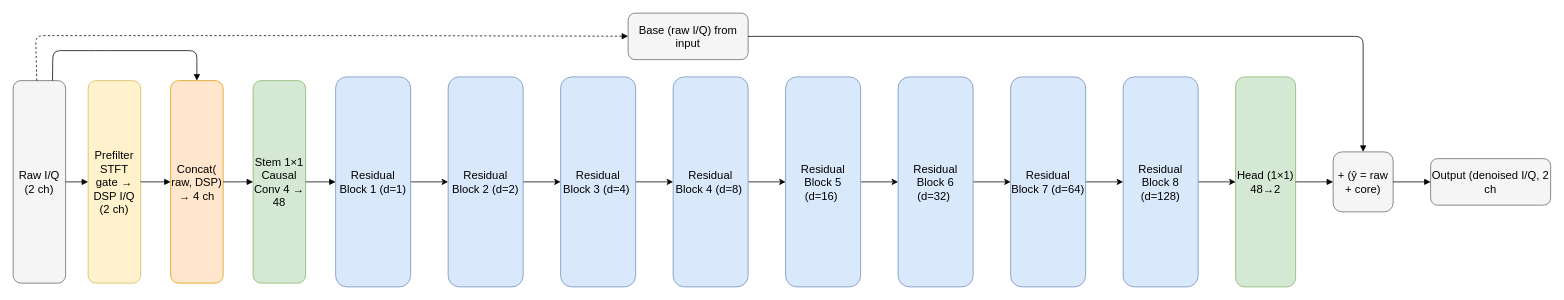
Above: figures/tcn_architecture.drawio in Niclasapdk/es7_project (draw.io), before the change. Source tidied: cells renumbered, new cells numbered last; positions are measured from the earlier drawing's top-left corner, leaving out a move shared by most shapes. Both pictures are drawn from the tidied source at 75%, with x=0, y=0 at pixel (13, 13).
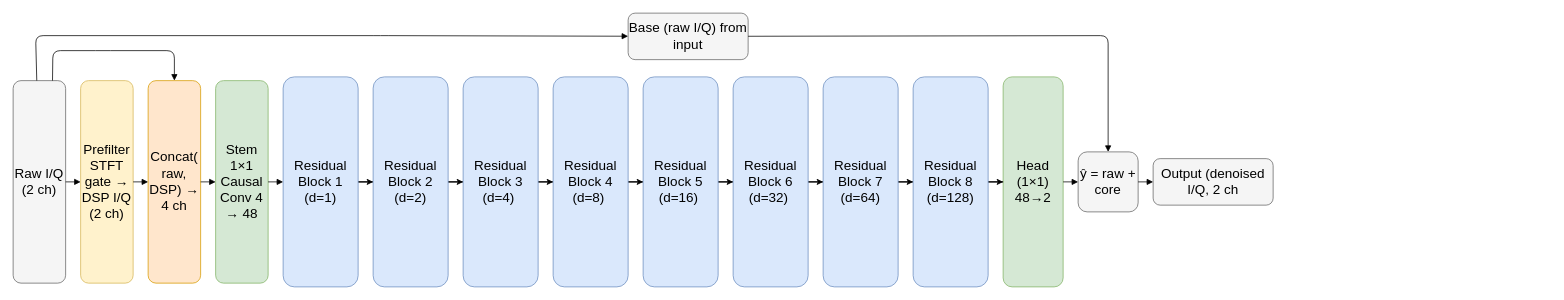
The same page after the edit.

Diff of the diagram source:
```diff
@@
-    <mxCell id="2" value="&lt;font style=&quot;font-size: 15px;&quot;&gt;Raw I/Q (2 ch)&lt;/font&gt;" style="rounded=1;whiteSpace=wrap;html=1;strokeWidth=1;fillColor=#f5f5f5;strokeColor=#666666;" parent="1" vertex="1">
+    <mxCell id="2" value="&lt;font style=&quot;font-size: 18px;&quot;&gt;Raw I/Q (2 ch)&lt;/font&gt;" style="rounded=1;whiteSpace=wrap;html=1;strokeWidth=1;fillColor=#f5f5f5;strokeColor=#666666;" parent="1" vertex="1">
       <mxGeometry y="90" width="70" height="270" as="geometry" />
     </mxCell>
-    <mxCell id="3" value="&lt;font style=&quot;font-size: 15px;&quot;&gt;Prefilter STFT gate → DSP I/Q (2 ch)&lt;/font&gt;" style="rounded=1;whiteSpace=wrap;html=1;strokeWidth=1;fillColor=#fff2cc;strokeColor=#d6b656;" parent="1" vertex="1">
-      <mxGeometry x="100" y="90" width="70" height="270" as="geometry" />
+    <mxCell id="3" value="&lt;font style=&quot;font-size: 18px;&quot;&gt;Prefilter STFT gate → DSP I/Q (2 ch)&lt;/font&gt;" style="rounded=1;whiteSpace=wrap;html=1;strokeWidth=1;fillColor=#fff2cc;strokeColor=#d6b656;" parent="1" vertex="1">
+      <mxGeometry x="90" y="90" width="70" height="270" as="geometry" />
     </mxCell>
-    <mxCell id="4" value="&lt;font style=&quot;font-size: 15px;&quot;&gt;Concat( raw, DSP) → 4 ch&lt;/font&gt;" style="rounded=1;whiteSpace=wrap;html=1;strokeWidth=1;fillColor=#ffe6cc;strokeColor=#d79b00;" parent="1" vertex="1">
-      <mxGeometry x="210" y="90" width="70" height="270" as="geometry" />
+    <mxCell id="4" value="&lt;font style=&quot;font-size: 18px;&quot;&gt;Concat( raw, DSP) → 4 ch&lt;/font&gt;" style="rounded=1;whiteSpace=wrap;html=1;strokeWidth=1;fillColor=#ffe6cc;strokeColor=#d79b00;" parent="1" vertex="1">
+      <mxGeometry x="180" y="90" width="70" height="270" as="geometry" />
     </mxCell>
@@
     <mxCell id="7" style="endArrow=block;endFill=1;exitX=0.75;exitY=0;exitDx=0;exitDy=0;entryX=0.5;entryY=0;entryDx=0;entryDy=0;" parent="1" edge="1" source="2" target="4">
       <mxGeometry relative="1" as="geometry">
         <Array as="points">
           <mxPoint x="53" y="50" />
           <mxPoint x="120" y="50" />
-          <mxPoint x="245" y="50" />
+          <mxPoint x="215" y="50" />
         </Array>
       </mxGeometry>
     </mxCell>
-    <mxCell id="8" value="&lt;font style=&quot;font-size: 15px;&quot;&gt;Stem 1×1 Causal Conv 4 → 48&lt;/font&gt;" style="rounded=1;whiteSpace=wrap;html=1;strokeWidth=1;fillColor=#d5e8d4;strokeColor=#82b366;" parent="1" vertex="1">
-      <mxGeometry x="320" y="90" width="70" height="270" as="geometry" />
+    <mxCell id="8" value="&lt;font style=&quot;font-size: 18px;&quot;&gt;Stem 1×1 Causal Conv 4 → 48&lt;/font&gt;" style="rounded=1;whiteSpace=wrap;html=1;strokeWidth=1;fillColor=#d5e8d4;strokeColor=#82b366;" parent="1" vertex="1">
+      <mxGeometry x="270" y="90" width="70" height="270" as="geometry" />
     </mxCell>
@@
-    <mxCell id="11" value="&lt;font style=&quot;font-size: 15px;&quot;&gt;Residual Block 1 (d=1)&lt;/font&gt;" style="rounded=1;whiteSpace=wrap;html=1;strokeWidth=1;fillColor=#dae8fc;strokeColor=#6c8ebf;" parent="1" vertex="1">
-      <mxGeometry x="430" y="85" width="100" height="280" as="geometry" />
+    <mxCell id="11" value="&lt;font style=&quot;font-size: 18px;&quot;&gt;Residual Block 1 (d=1)&lt;/font&gt;" style="rounded=1;whiteSpace=wrap;html=1;strokeWidth=1;fillColor=#dae8fc;strokeColor=#6c8ebf;" parent="1" vertex="1">
+      <mxGeometry x="360" y="85" width="100" height="280" as="geometry" />
     </mxCell>
@@
-    <mxCell id="13" value="&lt;font style=&quot;font-size: 15px;&quot;&gt;Head (1×1) 48→2&lt;/font&gt;" style="rounded=1;whiteSpace=wrap;html=1;strokeWidth=1;fillColor=#d5e8d4;strokeColor=#82b366;" parent="1" vertex="1">
-      <mxGeometry x="1630" y="85" width="80" height="280" as="geometry" />
+    <mxCell id="13" value="&lt;font style=&quot;font-size: 18px;&quot;&gt;Head (1×1) 48→2&lt;/font&gt;" style="rounded=1;whiteSpace=wrap;html=1;strokeWidth=1;fillColor=#d5e8d4;strokeColor=#82b366;" parent="1" vertex="1">
+      <mxGeometry x="1320" y="85" width="80" height="280" as="geometry" />
     </mxCell>
-    <mxCell id="14" value="&lt;font style=&quot;font-size: 15px;&quot;&gt;Base (raw I/Q) from input&lt;/font&gt;" style="rounded=1;whiteSpace=wrap;html=1;strokeWidth=1;fillColor=#f5f5f5;strokeColor=#666666;" parent="1" vertex="1">
+    <mxCell id="14" value="&lt;font style=&quot;font-size: 18px;&quot;&gt;Base (raw I/Q) from input&lt;/font&gt;" style="rounded=1;whiteSpace=wrap;html=1;strokeWidth=1;fillColor=#f5f5f5;strokeColor=#666666;" parent="1" vertex="1">
       <mxGeometry x="820" width="160" height="62" as="geometry" />
     </mxCell>
-    <mxCell id="15" style="dashed=1;endArrow=block;endFill=1;" parent="1" edge="1" source="2" target="14">
+    <mxCell id="15" style="endArrow=block;endFill=1;" parent="1" edge="1" source="2" target="14">
       <mxGeometry relative="1" as="geometry">
         <Array as="points">
           <mxPoint x="30" y="30" />
           <mxPoint x="490" y="30" />
         </Array>
       </mxGeometry>
     </mxCell>
-    <mxCell id="16" value="&lt;font style=&quot;font-size: 15px;&quot;&gt;+ (ŷ = raw + core)&lt;/font&gt;" style="rounded=1;whiteSpace=wrap;html=1;strokeWidth=1;fillColor=#f5f5f5;strokeColor=#666666;" parent="1" vertex="1">
-      <mxGeometry x="1760" y="185" width="80" height="80" as="geometry" />
+    <mxCell id="16" value="&lt;font style=&quot;font-size: 18px;&quot;&gt;ŷ = raw + core&lt;/font&gt;" style="rounded=1;whiteSpace=wrap;html=1;strokeWidth=1;fillColor=#f5f5f5;strokeColor=#666666;" parent="1" vertex="1">
+      <mxGeometry x="1420" y="185" width="80" height="80" as="geometry" />
     </mxCell>
@@
     <mxCell id="18" style="endArrow=block;endFill=1;" parent="1" edge="1" source="14" target="16">
       <mxGeometry relative="1" as="geometry">
         <Array as="points">
-          <mxPoint x="1800" y="31" />
+          <mxPoint x="1460" y="30" />
         </Array>
       </mxGeometry>
     </mxCell>
-    <mxCell id="19" value="&lt;font style=&quot;font-size: 15px;&quot;&gt;Output (denoised I/Q, 2 ch&lt;/font&gt;" style="rounded=1;whiteSpace=wrap;html=1;strokeWidth=1;fillColor=#f5f5f5;strokeColor=#666666;" parent="1" vertex="1">
-      <mxGeometry x="1890" y="194" width="160" height="62" as="geometry" />
+    <mxCell id="19" value="&lt;font style=&quot;font-size: 18px;&quot;&gt;Output (denoised I/Q, 2 ch&lt;/font&gt;" style="rounded=1;whiteSpace=wrap;html=1;strokeWidth=1;fillColor=#f5f5f5;strokeColor=#666666;" parent="1" vertex="1">
+      <mxGeometry x="1520" y="194" width="160" height="62" as="geometry" />
     </mxCell>
@@
-    <mxCell id="22" value="&lt;font style=&quot;font-size: 15px;&quot;&gt;Residual Block 2 (d=2)&lt;/font&gt;" style="rounded=1;whiteSpace=wrap;html=1;strokeWidth=1;fillColor=#dae8fc;strokeColor=#6c8ebf;" parent="1" vertex="1">
-      <mxGeometry x="580" y="85" width="100" height="280" as="geometry" />
+    <mxCell id="22" value="&lt;font style=&quot;font-size: 18px;&quot;&gt;Residual Block 2 (d=2)&lt;/font&gt;" style="rounded=1;whiteSpace=wrap;html=1;strokeWidth=1;fillColor=#dae8fc;strokeColor=#6c8ebf;" parent="1" vertex="1">
+      <mxGeometry x="480" y="85" width="100" height="280" as="geometry" />
     </mxCell>
@@
-    <mxCell id="24" value="&lt;font style=&quot;font-size: 15px;&quot;&gt;Residual Block 3 (d=4)&amp;nbsp;&lt;/font&gt;" style="rounded=1;whiteSpace=wrap;html=1;strokeWidth=1;fillColor=#dae8fc;strokeColor=#6c8ebf;" parent="1" vertex="1">
-      <mxGeometry x="730" y="85" width="100" height="280" as="geometry" />
+    <mxCell id="24" value="&lt;font style=&quot;font-size: 18px;&quot;&gt;Residual Block 3 (d=4)&amp;nbsp;&lt;/font&gt;" style="rounded=1;whiteSpace=wrap;html=1;strokeWidth=1;fillColor=#dae8fc;strokeColor=#6c8ebf;" parent="1" vertex="1">
+      <mxGeometry x="600" y="85" width="100" height="280" as="geometry" />
     </mxCell>
@@
-    <mxCell id="26" value="&lt;font style=&quot;font-size: 15px;&quot;&gt;Residual Block 4 (d=8)&amp;nbsp;&lt;/font&gt;" style="rounded=1;whiteSpace=wrap;html=1;strokeWidth=1;fillColor=#dae8fc;strokeColor=#6c8ebf;" parent="1" vertex="1">
-      <mxGeometry x="880" y="85" width="100" height="280" as="geometry" />
+    <mxCell id="26" value="&lt;font style=&quot;font-size: 18px;&quot;&gt;Residual Block 4 (d=8)&amp;nbsp;&lt;/font&gt;" style="rounded=1;whiteSpace=wrap;html=1;strokeWidth=1;fillColor=#dae8fc;strokeColor=#6c8ebf;" parent="1" vertex="1">
+      <mxGeometry x="720" y="85" width="100" height="280" as="geometry" />
     </mxCell>
@@
-    <mxCell id="28" value="&lt;font style=&quot;font-size: 15px;&quot;&gt;Residual Block 5 (d=16)&amp;nbsp;&lt;/font&gt;" style="rounded=1;whiteSpace=wrap;html=1;strokeWidth=1;fillColor=#dae8fc;strokeColor=#6c8ebf;" parent="1" vertex="1">
-      <mxGeometry x="1030" y="85" width="100" height="280" as="geometry" />
+    <mxCell id="28" value="&lt;font style=&quot;font-size: 18px;&quot;&gt;Residual Block 5 (d=16)&amp;nbsp;&lt;/font&gt;" style="rounded=1;whiteSpace=wrap;html=1;strokeWidth=1;fillColor=#dae8fc;strokeColor=#6c8ebf;" parent="1" vertex="1">
+      <mxGeometry x="840" y="85" width="100" height="280" as="geometry" />
     </mxCell>
@@
-    <mxCell id="30" value="&lt;font style=&quot;font-size: 15px;&quot;&gt;Residual Block 6 (d=32)&amp;nbsp;&lt;/font&gt;" style="rounded=1;whiteSpace=wrap;html=1;strokeWidth=1;fillColor=#dae8fc;strokeColor=#6c8ebf;" parent="1" vertex="1">
-      <mxGeometry x="1180" y="85" width="100" height="280" as="geometry" />
+    <mxCell id="30" value="&lt;font style=&quot;font-size: 18px;&quot;&gt;Residual Block 6 (d=32)&amp;nbsp;&lt;/font&gt;" style="rounded=1;whiteSpace=wrap;html=1;strokeWidth=1;fillColor=#dae8fc;strokeColor=#6c8ebf;" parent="1" vertex="1">
+      <mxGeometry x="960" y="85" width="100" height="280" as="geometry" />
     </mxCell>
@@
-    <mxCell id="32" value="&lt;font style=&quot;font-size: 15px;&quot;&gt;Residual Block 7 (d=64)&lt;/font&gt;" style="rounded=1;whiteSpace=wrap;html=1;strokeWidth=1;fillColor=#dae8fc;strokeColor=#6c8ebf;" parent="1" vertex="1">
-      <mxGeometry x="1330" y="85" width="100" height="280" as="geometry" />
+    <mxCell id="32" value="&lt;font style=&quot;font-size: 18px;&quot;&gt;Residual Block 7 (d=64)&lt;/font&gt;" style="rounded=1;whiteSpace=wrap;html=1;strokeWidth=1;fillColor=#dae8fc;strokeColor=#6c8ebf;" parent="1" vertex="1">
+      <mxGeometry x="1080" y="85" width="100" height="280" as="geometry" />
     </mxCell>
@@
-    <mxCell id="34" value="&lt;font style=&quot;font-size: 15px;&quot;&gt;Residual Block 8 (d=128)&lt;/font&gt;" style="rounded=1;whiteSpace=wrap;html=1;strokeWidth=1;fillColor=#dae8fc;strokeColor=#6c8ebf;" parent="1" vertex="1">
-      <mxGeometry x="1480" y="85" width="100" height="280" as="geometry" />
+    <mxCell id="34" value="&lt;font style=&quot;font-size: 18px;&quot;&gt;Residual Block 8 (d=128)&lt;/font&gt;" style="rounded=1;whiteSpace=wrap;html=1;strokeWidth=1;fillColor=#dae8fc;strokeColor=#6c8ebf;" parent="1" vertex="1">
+      <mxGeometry x="1200" y="85" width="100" height="280" as="geometry" />
     </mxCell>
```
